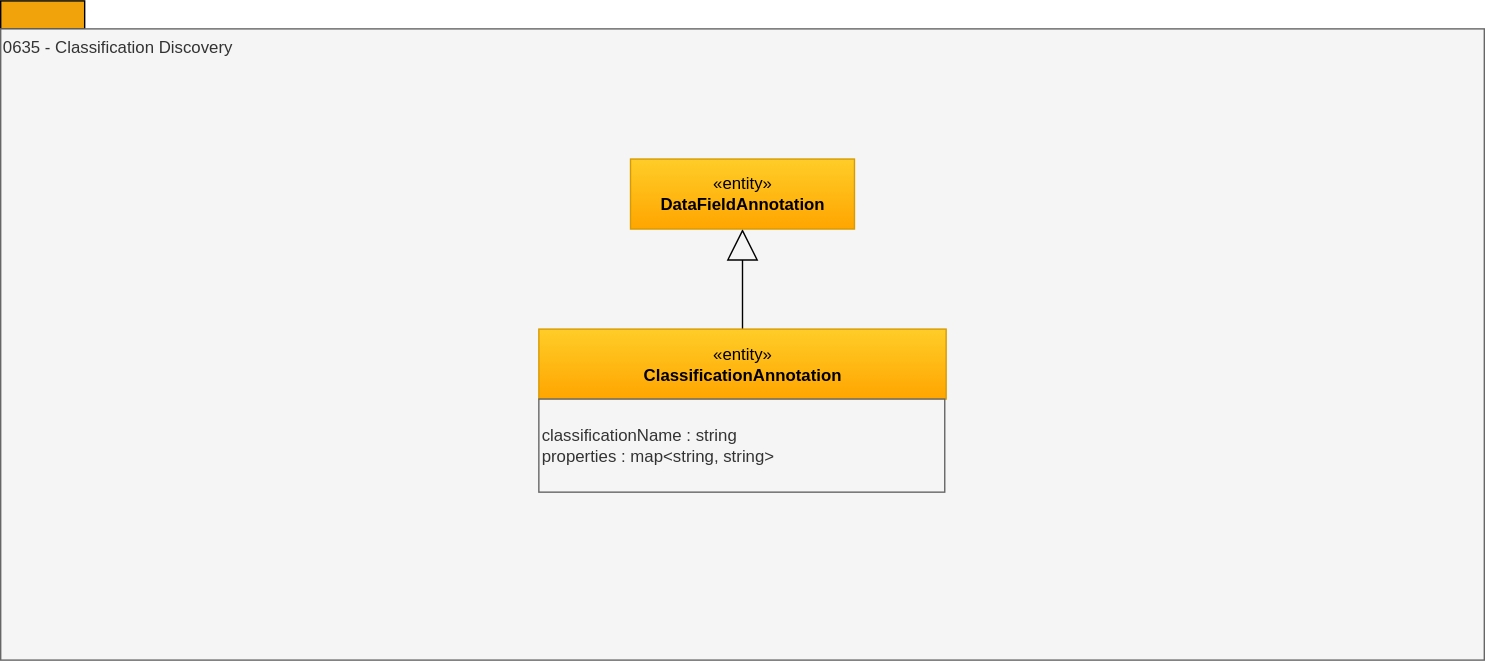
odpi/egeria-docs keeps this draw.io diagram as site/docs/types/6/0635-Classification-Discovery.svg. Above is the earlier version. Source tidied: cells renumbered, new cells last; positions are measured from the earlier drawing's top-left corner, leaving out a move shared by most shapes.
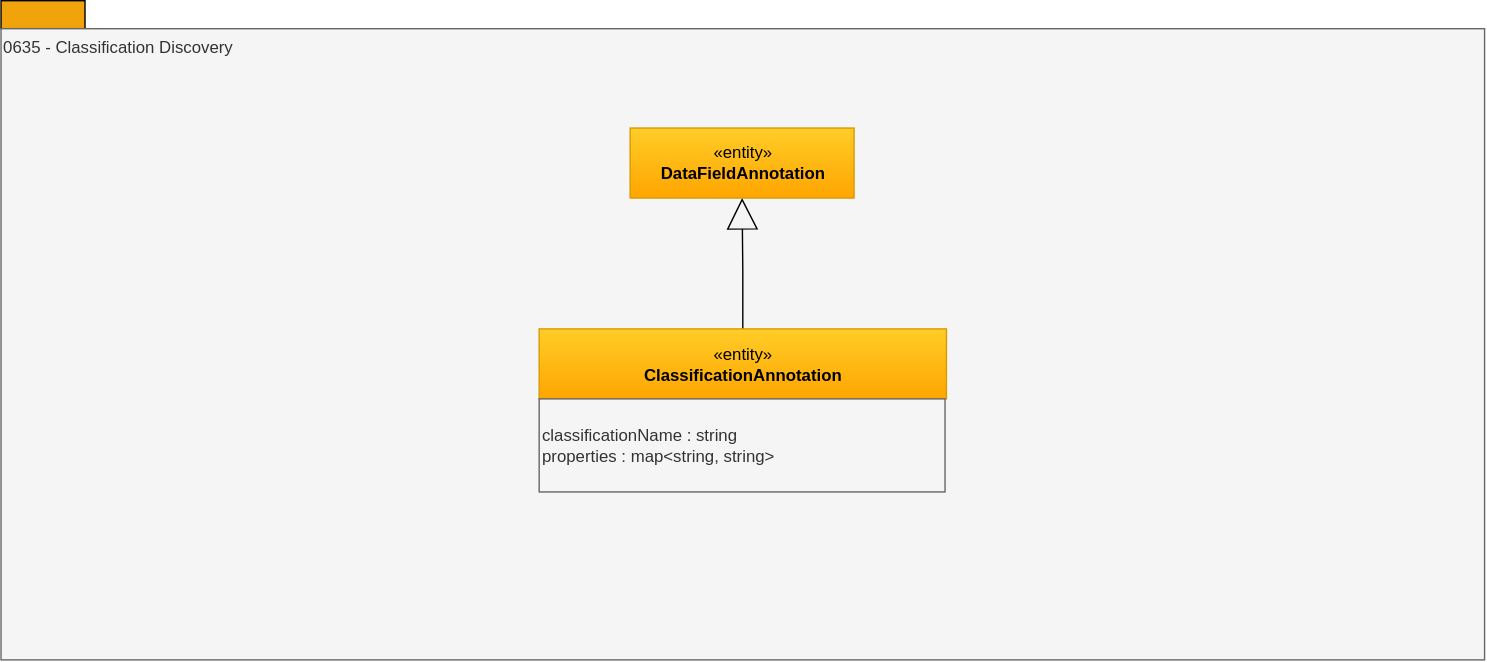
After the change.

The edit, as a diff of the source:
```diff
@@ -1,24 +1,24 @@
 <mxGraphModel>
   <root>
-    <mxCell id="0" />
-    <mxCell id="1" parent="0" />
+    <mxCell id="8" />
+    <mxCell id="9" parent="8" />
-    <mxCell id="2" style="rounded=0;whiteSpace=wrap;html=1;align=left;fillColor=#f0a30a;strokeColor=#000000;fontColor=#ffffff;" parent="1" vertex="1">
+    <mxCell id="2" style="rounded=0;whiteSpace=wrap;html=1;align=left;fillColor=#f0a30a;strokeColor=#000000;fontColor=#ffffff;" parent="9" vertex="1">
       <mxGeometry width="60" height="20" as="geometry" />
     </mxCell>
-    <mxCell id="3" value="0635 - Classification Discovery" style="rounded=0;whiteSpace=wrap;html=1;align=left;verticalAlign=top;fillColor=#f5f5f5;fontColor=#333333;strokeColor=#666666;" parent="1" vertex="1">
+    <mxCell id="3" value="0635 - Classification Discovery" style="rounded=0;whiteSpace=wrap;html=1;align=left;verticalAlign=top;fillColor=#f5f5f5;fontColor=#333333;strokeColor=#666666;" parent="9" vertex="1">
       <mxGeometry y="20" width="1060" height="451" as="geometry" />
     </mxCell>
-    <mxCell id="4" style="edgeStyle=orthogonalEdgeStyle;rounded=0;jettySize=auto;html=1;exitX=0.5;exitY=0;exitDx=0;exitDy=0;entryX=0.5;entryY=1;entryDx=0;entryDy=0;endArrow=block;endFill=0;endSize=20;" parent="1" edge="1" source="5" target="7">
+    <mxCell id="4" style="edgeStyle=orthogonalEdgeStyle;rounded=0;jettySize=auto;html=1;exitX=0.5;exitY=0;exitDx=0;exitDy=0;entryX=0.5;entryY=1;entryDx=0;entryDy=0;endArrow=block;endFill=0;endSize=20;" parent="9" edge="1" source="5" target="7">
       <mxGeometry relative="1" as="geometry" />
     </mxCell>
-    <mxCell id="5" value="«entity»&lt;br&gt;&lt;b&gt;ClassificationAnnotation&lt;/b&gt;" style="html=1;strokeColor=#d79b00;align=center;fillColor=#ffcd28;gradientColor=#ffa500;" parent="1" vertex="1">
+    <mxCell id="5" value="«entity»&lt;br&gt;&lt;b&gt;ClassificationAnnotation&lt;/b&gt;" style="html=1;strokeColor=#d79b00;align=center;fillColor=#ffcd28;gradientColor=#ffa500;" parent="9" vertex="1">
       <mxGeometry x="384.5" y="234.5" width="291" height="50" as="geometry" />
     </mxCell>
-    <mxCell id="6" value="classificationName : string&lt;div&gt;properties : map&amp;lt;string, string&amp;gt;&lt;/div&gt;" style="rounded=0;whiteSpace=wrap;html=1;strokeColor=#666666;align=left;fillColor=#f5f5f5;fontColor=#333333;" parent="1" vertex="1">
+    <mxCell id="6" value="classificationName : string&lt;div&gt;properties : map&amp;lt;string, string&amp;gt;&lt;/div&gt;" style="rounded=0;whiteSpace=wrap;html=1;strokeColor=#666666;align=left;fillColor=#f5f5f5;fontColor=#333333;" parent="9" vertex="1">
       <mxGeometry x="384.5" y="284.5" width="290" height="66.5" as="geometry" />
     </mxCell>
-    <mxCell id="7" value="«entity»&lt;br&gt;&lt;b&gt;DataFieldAnnotation&lt;/b&gt;" style="html=1;strokeColor=#d79b00;align=center;fillColor=#ffcd28;gradientColor=#ffa500;" parent="1" vertex="1">
-      <mxGeometry x="450" y="113" width="160" height="50" as="geometry" />
+    <mxCell id="7" value="«entity»&lt;br&gt;&lt;b&gt;DataFieldAnnotation&lt;/b&gt;" style="html=1;strokeColor=#d79b00;align=center;fillColor=#ffcd28;gradientColor=#ffa500;" parent="9" vertex="1">
+      <mxGeometry x="449.5" y="91" width="160" height="50" as="geometry" />
     </mxCell>
   </root>
 </mxGraphModel>
```
